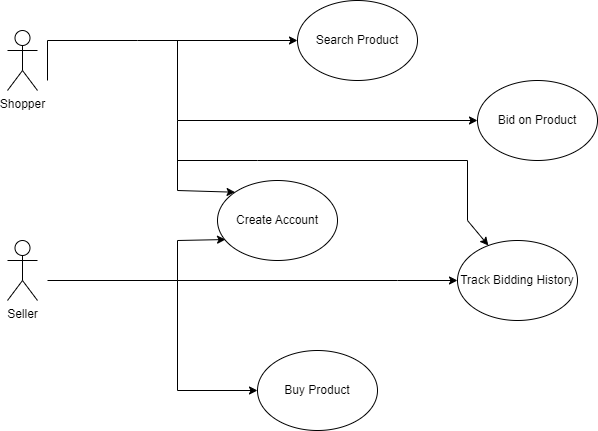
The draw.io diagram doc/use-cases/overall-use-case-diagram.png in lucariebel/online-shop, before a commit. Source tidied: cells renumbered, new cells last; positions are measured from the earlier drawing's top-left corner, leaving out a move shared by most shapes.
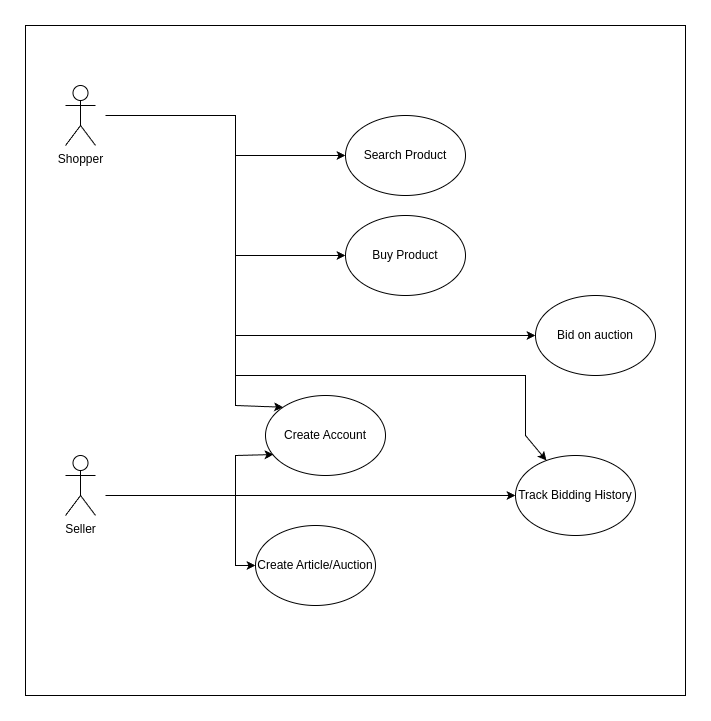
The same diagram one commit later.

What changed in the source:
```diff
@@ -3,26 +3,26 @@
     <mxCell id="0" />
     <mxCell id="1" parent="0" />
     <mxCell id="2" value="Shopper" style="shape=umlActor;verticalLabelPosition=bottom;verticalAlign=top;html=1;" parent="1" vertex="1">
-      <mxGeometry y="30" width="30" height="60" as="geometry" />
+      <mxGeometry y="-130" width="30" height="60" as="geometry" />
     </mxCell>
     <mxCell id="3" value="Seller" style="shape=umlActor;verticalLabelPosition=bottom;verticalAlign=top;html=1;" parent="1" vertex="1">
       <mxGeometry y="240" width="30" height="60" as="geometry" />
     </mxCell>
     <mxCell id="4" style="endArrow=classic;html=1;rounded=0;" parent="1" edge="1" target="5">
       <mxGeometry relative="1" as="geometry">
-        <mxPoint x="40" y="80" as="sourcePoint" />
+        <mxPoint x="40" y="-100" as="sourcePoint" />
         <Array as="points">
-          <mxPoint x="40" y="40" />
-          <mxPoint x="130" y="40" />
+          <mxPoint x="170" y="-100" />
+          <mxPoint x="170" y="-60" />
         </Array>
       </mxGeometry>
     </mxCell>
     <mxCell id="5" value="Search Product" style="ellipse;whiteSpace=wrap;html=1;" parent="1" vertex="1">
-      <mxGeometry x="290" width="120" height="80" as="geometry" />
+      <mxGeometry x="280" y="-100" width="120" height="80" as="geometry" />
     </mxCell>
     <mxCell id="6" style="endArrow=classic;html=1;rounded=0;entryX=0;entryY=0;entryDx=0;entryDy=0;" parent="1" edge="1" target="7">
       <mxGeometry relative="1" as="geometry">
-        <mxPoint x="170" y="40" as="sourcePoint" />
+        <mxPoint x="170" y="-60" as="sourcePoint" />
         <Array as="points">
           <mxPoint x="170" y="120" />
           <mxPoint x="170" y="190" />
@@ -30,7 +30,7 @@
       </mxGeometry>
     </mxCell>
     <mxCell id="7" value="Create Account" style="ellipse;whiteSpace=wrap;html=1;" parent="1" vertex="1">
-      <mxGeometry x="210" y="180" width="120" height="80" as="geometry" />
+      <mxGeometry x="200" y="180" width="120" height="80" as="geometry" />
     </mxCell>
     <mxCell id="8" style="endArrow=classic;html=1;rounded=0;entryX=0.067;entryY=0.738;entryDx=0;entryDy=0;entryPerimeter=0;" parent="1" edge="1" target="7">
       <mxGeometry relative="1" as="geometry">
@@ -41,23 +41,15 @@
         </Array>
       </mxGeometry>
     </mxCell>
-    <mxCell id="9" style="endArrow=classic;html=1;rounded=0;entryX=0;entryY=0.5;entryDx=0;entryDy=0;" parent="1" edge="1" target="10">
-      <mxGeometry relative="1" as="geometry">
-        <mxPoint x="170" y="280" as="sourcePoint" />
-        <Array as="points">
-          <mxPoint x="170" y="390" />
-        </Array>
-      </mxGeometry>
-    </mxCell>
     <mxCell id="10" value="Buy Product" style="ellipse;whiteSpace=wrap;html=1;" parent="1" vertex="1">
-      <mxGeometry x="250" y="350" width="120" height="80" as="geometry" />
+      <mxGeometry x="280" width="120" height="80" as="geometry" />
     </mxCell>
     <mxCell id="11" style="endArrow=classic;html=1;rounded=0;" parent="1" edge="1" target="12">
       <mxGeometry relative="1" as="geometry">
         <mxPoint x="170" y="120" as="sourcePoint" />
       </mxGeometry>
     </mxCell>
-    <mxCell id="12" value="Bid on Product" style="ellipse;whiteSpace=wrap;html=1;" parent="1" vertex="1">
+    <mxCell id="12" value="Bid on auction" style="ellipse;whiteSpace=wrap;html=1;" parent="1" vertex="1">
       <mxGeometry x="470" y="80" width="120" height="80" as="geometry" />
     </mxCell>
     <mxCell id="13" style="endArrow=classic;html=1;rounded=0;" parent="1" edge="1" target="14">
@@ -81,5 +73,24 @@
         </Array>
       </mxGeometry>
     </mxCell>
+    <mxCell id="16" style="endArrow=classic;html=1;rounded=0;entryX=0;entryY=0.5;entryDx=0;entryDy=0;" parent="1" edge="1" target="10">
+      <mxGeometry relative="1" as="geometry">
+        <mxPoint x="170" y="40" as="sourcePoint" />
+      </mxGeometry>
+    </mxCell>
+    <mxCell id="17" value="Create Article/Auction" style="ellipse;whiteSpace=wrap;html=1;" parent="1" vertex="1">
+      <mxGeometry x="190" y="310" width="120" height="80" as="geometry" />
+    </mxCell>
+    <mxCell id="18" style="endArrow=classic;html=1;rounded=0;entryX=0;entryY=0.5;entryDx=0;entryDy=0;" parent="1" edge="1" target="17">
+      <mxGeometry relative="1" as="geometry">
+        <mxPoint x="170" y="280" as="sourcePoint" />
+        <Array as="points">
+          <mxPoint x="170" y="350" />
+        </Array>
+      </mxGeometry>
+    </mxCell>
+    <mxCell id="19" style="rounded=0;whiteSpace=wrap;html=1;fillColor=none;" parent="1" vertex="1">
+      <mxGeometry x="-40" y="-190" width="660" height="670" as="geometry" />
+    </mxCell>
   </root>
 </mxGraphModel>
```
